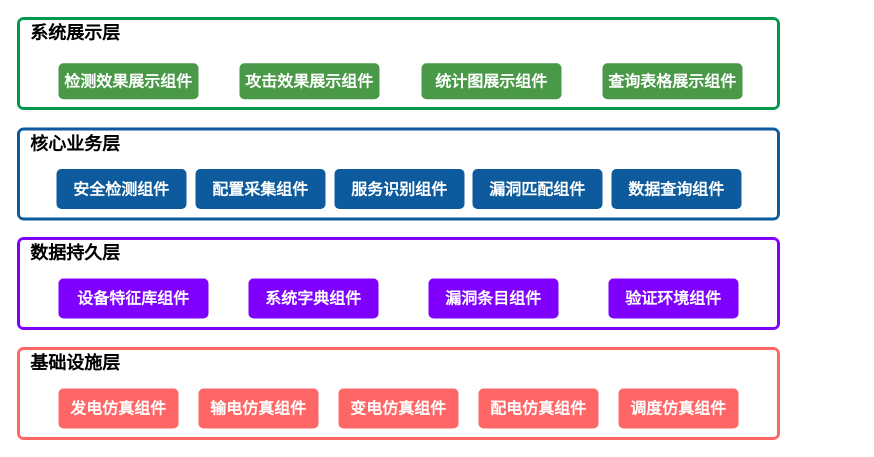
ytwei72/drawio keeps this draw.io diagram as page "攻击验证" (1 of 4) of 组件关联.drawio. Above is the earlier version. Source tidied: cells renumbered, new cells numbered last; positions are measured from the earlier drawing's top-left corner, leaving out a move shared by most shapes. Both pictures are drawn from the tidied source at 100%, with x=0, y=0 at pixel (18, 18).
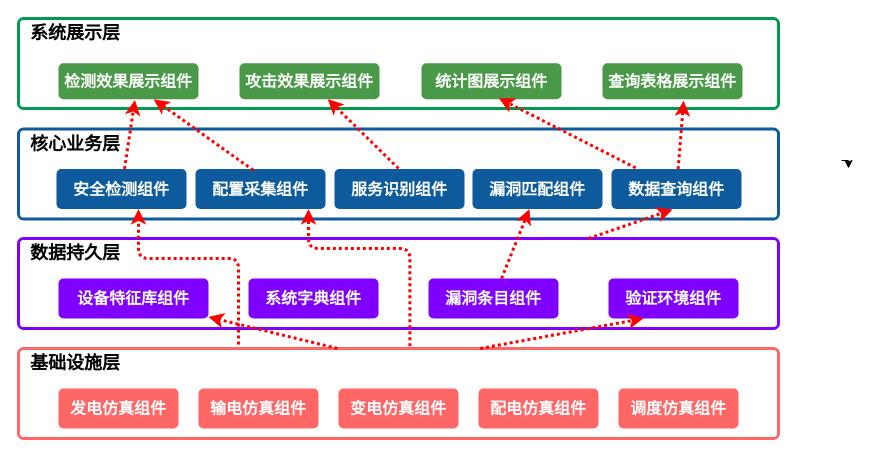
After the change.

Commit message:
添加攻击验证关联.drawio

Unchanged cells that the change refers to:
```xml
<mxCell id="4" value="检测效果展示组件" style="html=1;shadow=0;dashed=0;shape=mxgraph.bootstrap.rrect;align=center;rSize=5;strokeColor=none;fillColor=#499948;fontColor=#ffffff;fontStyle=1;whiteSpace=wrap;fontSize=16;fontFamily=楷体;" parent="2" vertex="1">
  <mxGeometry x="40" y="44.7" width="140" height="36" as="geometry" />
</mxCell>
<mxCell id="5" value="攻击效果展示组件" style="html=1;shadow=0;dashed=0;shape=mxgraph.bootstrap.rrect;align=center;rSize=5;strokeColor=none;fillColor=#499948;fontColor=#ffffff;fontStyle=1;whiteSpace=wrap;fontSize=16;fontFamily=楷体;" parent="2" vertex="1">
  <mxGeometry x="221" y="44.7" width="140" height="36" as="geometry" />
</mxCell>
<mxCell id="6" value="统计图展示组件" style="html=1;shadow=0;dashed=0;shape=mxgraph.bootstrap.rrect;align=center;rSize=5;strokeColor=none;fillColor=#499948;fontColor=#ffffff;fontStyle=1;whiteSpace=wrap;fontSize=16;fontFamily=楷体;" parent="2" vertex="1">
  <mxGeometry x="403" y="44.7" width="140" height="36" as="geometry" />
</mxCell>
<mxCell id="7" value="查询表格展示组件" style="html=1;shadow=0;dashed=0;shape=mxgraph.bootstrap.rrect;align=center;rSize=5;strokeColor=none;fillColor=#499948;fontColor=#ffffff;fontStyle=1;whiteSpace=wrap;fontSize=16;fontFamily=楷体;" parent="2" vertex="1">
  <mxGeometry x="584" y="44.7" width="140" height="36" as="geometry" />
</mxCell>
<mxCell id="10" value="安全检测组件" style="html=1;shadow=0;dashed=0;shape=mxgraph.bootstrap.rrect;align=center;rSize=5;strokeColor=none;fillColor=#0D5B9D;fontColor=#ffffff;fontStyle=1;whiteSpace=wrap;fontSize=16;fontFamily=楷体;" parent="8" vertex="1">
  <mxGeometry x="38" y="40" width="130" height="40" as="geometry" />
</mxCell>
<mxCell id="11" value="配置采集组件" style="html=1;shadow=0;dashed=0;shape=mxgraph.bootstrap.rrect;align=center;rSize=5;strokeColor=none;fillColor=#0D5B9D;fontColor=#ffffff;fontStyle=1;whiteSpace=wrap;fontSize=16;fontFamily=楷体;" parent="8" vertex="1">
  <mxGeometry x="177" y="40" width="130" height="40" as="geometry" />
</mxCell>
<mxCell id="13" value="漏洞匹配组件" style="html=1;shadow=0;dashed=0;shape=mxgraph.bootstrap.rrect;align=center;rSize=5;strokeColor=none;fillColor=#0D5B9D;fontColor=#ffffff;fontStyle=1;whiteSpace=wrap;fontSize=16;fontFamily=楷体;" parent="8" vertex="1">
  <mxGeometry x="454" y="40" width="130" height="40" as="geometry" />
</mxCell>
<mxCell id="14" value="数据查询组件" style="html=1;shadow=0;dashed=0;shape=mxgraph.bootstrap.rrect;align=center;rSize=5;strokeColor=none;fillColor=#0D5B9D;fontColor=#ffffff;fontStyle=1;whiteSpace=wrap;fontSize=16;fontFamily=楷体;" parent="8" vertex="1">
  <mxGeometry x="593" y="40" width="130" height="40" as="geometry" />
</mxCell>
<mxCell id="17" value="设备特征库组件" style="html=1;shadow=0;dashed=0;shape=mxgraph.bootstrap.rrect;align=center;rSize=5;strokeColor=none;fillColor=#7F00FF;fontColor=#ffffff;fontStyle=1;whiteSpace=wrap;fontSize=16;fontFamily=楷体;" parent="15" vertex="1">
  <mxGeometry x="40" y="40" width="150" height="40" as="geometry" />
</mxCell>
<mxCell id="19" value="漏洞条目组件" style="html=1;shadow=0;dashed=0;shape=mxgraph.bootstrap.rrect;align=center;rSize=5;strokeColor=none;fillColor=#7F00FF;fontColor=#ffffff;fontStyle=1;whiteSpace=wrap;fontSize=16;fontFamily=楷体;" parent="15" vertex="1">
  <mxGeometry x="410" y="40" width="130" height="40" as="geometry" />
</mxCell>
<mxCell id="21" style="html=1;shadow=0;dashed=0;shape=mxgraph.bootstrap.rrect;align=center;rSize=5;strokeColor=#FF6666;fontColor=#f0f0f0;spacingTop=30;whiteSpace=wrap;fillColor=none;strokeWidth=3;" parent="1" vertex="1">
  <mxGeometry y="330" width="760" height="90" as="geometry" />
</mxCell>
<mxCell id="22" value="基础设施层" style="html=1;shadow=0;dashed=0;shape=mxgraph.bootstrap.topButton;rSize=5;strokeColor=none;fillColor=none;fontColor=#000000;fontSize=18;fontStyle=1;align=left;spacingLeft=10;whiteSpace=wrap;" parent="21" vertex="1">
  <mxGeometry width="760" height="30" relative="1" as="geometry" />
</mxCell>
```

What changed in the source:
```diff
@@
+    <mxCell id="28" style="endArrow=classic;html=1;fontColor=#000000;strokeColor=#FF0000;strokeWidth=3;dashed=1;dashPattern=1 1;" parent="21" edge="1" source="22">
+      <mxGeometry relative="1" as="geometry">
+        <mxPoint x="625" y="-30" as="targetPoint" />
+      </mxGeometry>
+    </mxCell>
+    <mxCell id="29" style="edgeStyle=orthogonalEdgeStyle;rounded=0;orthogonalLoop=1;jettySize=auto;html=1;exitX=0;exitY=0;exitDx=56.4;exitDy=0;exitPerimeter=0;entryX=0.503;entryY=0.085;entryDx=0;entryDy=0;entryPerimeter=0;fontColor=#000000;" parent="1" edge="1">
+      <mxGeometry relative="1" as="geometry">
+        <mxPoint x="823" y="142" as="sourcePoint" />
+        <mxPoint x="830" y="150" as="targetPoint" />
+      </mxGeometry>
+    </mxCell>
+    <mxCell id="30" style="endArrow=classic;html=1;fontColor=#000000;strokeColor=#FF0000;strokeWidth=3;dashed=1;dashPattern=1 1;" parent="1" edge="1" source="22" target="17">
+      <mxGeometry relative="1" as="geometry" />
+    </mxCell>
+    <mxCell id="31" style="edgeStyle=segmentEdgeStyle;endArrow=classic;html=1;strokeColor=#FF0000;strokeWidth=3;fontColor=#000000;exitX=0.515;exitY=-0.073;exitDx=0;exitDy=0;exitPerimeter=0;dashed=1;dashPattern=1 1;" parent="1" edge="1" source="22" target="11">
+      <mxGeometry relative="1" as="geometry">
+        <Array as="points">
+          <mxPoint x="391" y="230" />
+          <mxPoint x="290" y="230" />
+        </Array>
+      </mxGeometry>
+    </mxCell>
+    <mxCell id="32" style="endArrow=classic;html=1;fontColor=#000000;strokeColor=#FF0000;strokeWidth=3;dashed=1;dashPattern=1 1;" parent="1" edge="1" source="19" target="13">
+      <mxGeometry relative="1" as="geometry" />
+    </mxCell>
+    <mxCell id="33" style="endArrow=classic;html=1;fontColor=#000000;strokeColor=#FF0000;strokeWidth=3;dashed=1;dashPattern=1 1;entryX=0.469;entryY=1.013;entryDx=0;entryDy=0;entryPerimeter=0;" parent="1" edge="1" target="14">
+      <mxGeometry relative="1" as="geometry">
+        <mxPoint x="570" y="220" as="sourcePoint" />
+      </mxGeometry>
+    </mxCell>
+    <mxCell id="34" style="endArrow=classic;html=1;fontColor=#000000;strokeColor=#FF0000;strokeWidth=3;dashed=1;dashPattern=1 1;entryX=0.58;entryY=1.041;entryDx=0;entryDy=0;entryPerimeter=0;" parent="1" edge="1" source="14" target="7">
+      <mxGeometry relative="1" as="geometry" />
+    </mxCell>
+    <mxCell id="35" style="edgeStyle=segmentEdgeStyle;endArrow=classic;html=1;strokeColor=#FF0000;strokeWidth=3;fontColor=#000000;dashed=1;dashPattern=1 1;" parent="1" edge="1" target="10">
+      <mxGeometry relative="1" as="geometry">
+        <mxPoint x="220" y="326" as="sourcePoint" />
+        <Array as="points">
+          <mxPoint x="220" y="326" />
+          <mxPoint x="220" y="240" />
+          <mxPoint x="120" y="240" />
+        </Array>
+      </mxGeometry>
+    </mxCell>
+    <mxCell id="36" style="endArrow=classic;html=1;fontColor=#000000;strokeColor=#FF0000;strokeWidth=3;dashed=1;dashPattern=1 1;entryX=0.553;entryY=0.974;entryDx=0;entryDy=0;entryPerimeter=0;exitX=0.186;exitY=-0.028;exitDx=0;exitDy=0;exitPerimeter=0;" parent="1" edge="1" source="14" target="6">
+      <mxGeometry relative="1" as="geometry" />
+    </mxCell>
+    <mxCell id="37" style="endArrow=classic;html=1;fontColor=#000000;strokeColor=#FF0000;strokeWidth=3;dashed=1;dashPattern=1 1;" parent="1" edge="1" target="5">
+      <mxGeometry relative="1" as="geometry">
+        <mxPoint x="380" y="150" as="sourcePoint" />
+      </mxGeometry>
+    </mxCell>
+    <mxCell id="38" style="endArrow=classic;html=1;fontColor=#000000;strokeColor=#FF0000;strokeWidth=3;dashed=1;dashPattern=1 1;entryX=0.546;entryY=1.019;entryDx=0;entryDy=0;entryPerimeter=0;" parent="1" edge="1" source="10" target="4">
+      <mxGeometry relative="1" as="geometry" />
+    </mxCell>
+    <mxCell id="39" style="endArrow=classic;html=1;fontColor=#000000;strokeColor=#FF0000;strokeWidth=3;dashed=1;dashPattern=1 1;exitX=0.445;exitY=0.033;exitDx=0;exitDy=0;exitPerimeter=0;" parent="1" edge="1" source="11" target="4">
+      <mxGeometry relative="1" as="geometry" />
+    </mxCell>
```
